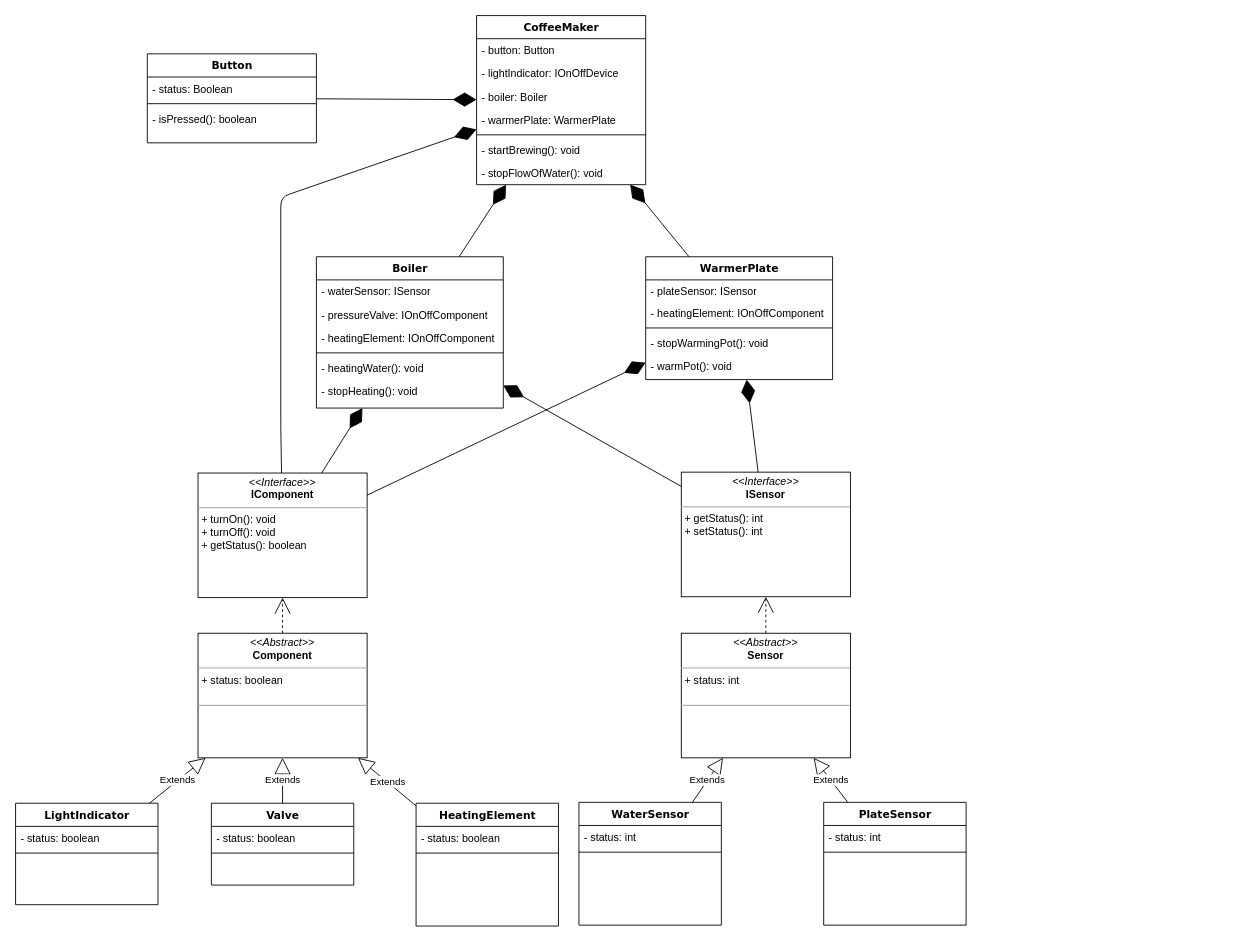
aburgosu/CoffeeMaker-JAM keeps this draw.io diagram as Resources/CoffeeMaker.drawio. Above is the earlier version. Source tidied: cells renumbered, new cells numbered last; positions are measured from the earlier drawing's top-left corner, leaving out a move shared by most shapes. Both pictures are drawn from the tidied source at 89%, with x=0, y=0 at pixel (15, 15).
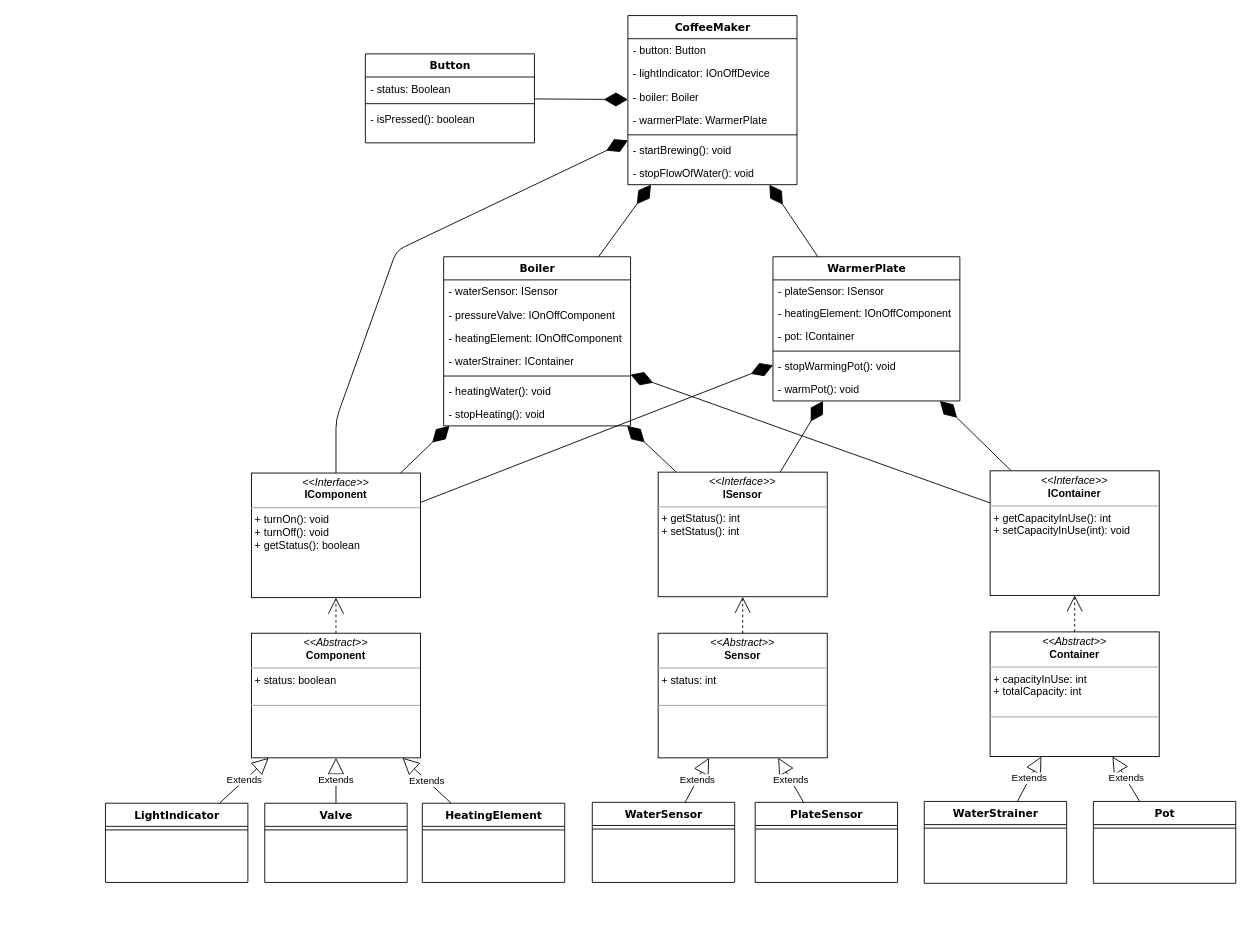
After the change.

Commit message (it also covers changes not shown here):
Container class and interface added in class diagram

Change to the diagram source:
```diff
@@
     <mxCell id="2" value="LightIndicator" style="swimlane;html=1;fontStyle=1;align=center;verticalAlign=top;horizontal=1;startSize=26;swimlaneFillColor=#ffffff;rounded=0;shadow=0;comic=0;labelBackgroundColor=none;strokeColor=#000000;strokeWidth=1;fillColor=none;fontFamily=Verdana;fontSize=12;fontColor=#000000;" parent="1" vertex="1">
-      <mxGeometry y="885" width="160" height="114" as="geometry" />
+      <mxGeometry x="101" y="885" width="160" height="89" as="geometry" />
     </mxCell>
-    <mxCell id="3" value="- status: boolean" style="text;html=1;strokeColor=none;fillColor=none;align=left;verticalAlign=top;spacingLeft=4;spacingRight=4;whiteSpace=wrap;overflow=hidden;" parent="2" vertex="1">
-      <mxGeometry y="26" width="160" height="26" as="geometry" />
-    </mxCell>
     <mxCell id="4" style="line;html=1;strokeWidth=1;fillColor=none;align=left;verticalAlign=middle;spacingTop=-1;spacingLeft=3;spacingRight=3;labelPosition=right;" parent="2" vertex="1">
-      <mxGeometry y="52" width="160" height="8" as="geometry" />
+      <mxGeometry y="26" width="160" height="8" as="geometry" />
     </mxCell>
     <mxCell id="5" value="Valve" style="swimlane;html=1;fontStyle=1;align=center;verticalAlign=top;horizontal=1;startSize=26;swimlaneFillColor=#ffffff;rounded=0;shadow=0;comic=0;labelBackgroundColor=none;strokeColor=#000000;strokeWidth=1;fillColor=none;fontFamily=Verdana;fontSize=12;fontColor=#000000;" parent="1" vertex="1">
-      <mxGeometry x="220" y="885" width="160" height="92" as="geometry" />
+      <mxGeometry x="280" y="885" width="160" height="89" as="geometry" />
     </mxCell>
-    <mxCell id="6" value="- status: boolean" style="text;html=1;strokeColor=none;fillColor=none;align=left;verticalAlign=top;spacingLeft=4;spacingRight=4;whiteSpace=wrap;overflow=hidden;" parent="5" vertex="1">
-      <mxGeometry y="26" width="160" height="26" as="geometry" />
-    </mxCell>
     <mxCell id="7" style="line;html=1;strokeWidth=1;fillColor=none;align=left;verticalAlign=middle;spacingTop=-1;spacingLeft=3;spacingRight=3;labelPosition=right;" parent="5" vertex="1">
-      <mxGeometry y="52" width="160" height="8" as="geometry" />
+      <mxGeometry y="26" width="160" height="8" as="geometry" />
     </mxCell>
     <mxCell id="8" value="HeatingElement" style="swimlane;html=1;fontStyle=1;align=center;verticalAlign=top;horizontal=1;startSize=26;swimlaneFillColor=#ffffff;rounded=0;shadow=0;comic=0;labelBackgroundColor=none;strokeColor=#000000;strokeWidth=1;fillColor=none;fontFamily=Verdana;fontSize=12;fontColor=#000000;" parent="1" vertex="1">
-      <mxGeometry x="450" y="885" width="160" height="138" as="geometry" />
+      <mxGeometry x="457" y="885" width="160" height="89" as="geometry" />
     </mxCell>
-    <mxCell id="9" value="- status: boolean" style="text;html=1;strokeColor=none;fillColor=none;align=left;verticalAlign=top;spacingLeft=4;spacingRight=4;whiteSpace=wrap;overflow=hidden;" parent="8" vertex="1">
-      <mxGeometry y="26" width="160" height="26" as="geometry" />
-    </mxCell>
     <mxCell id="10" style="line;html=1;strokeWidth=1;fillColor=none;align=left;verticalAlign=middle;spacingTop=-1;spacingLeft=3;spacingRight=3;labelPosition=right;" parent="8" vertex="1">
-      <mxGeometry y="52" width="160" height="8" as="geometry" />
+      <mxGeometry y="26" width="160" height="8" as="geometry" />
     </mxCell>
     <mxCell id="11" value="&lt;p style=&quot;margin: 0px ; margin-top: 4px ; text-align: center&quot;&gt;&lt;i&gt;&amp;lt;&amp;lt;Interface&amp;gt;&amp;gt;&lt;/i&gt;&lt;br&gt;&lt;b&gt;IComponent&lt;/b&gt;&lt;/p&gt;&lt;hr size=&quot;1&quot;&gt;&lt;p style=&quot;margin: 0px ; margin-left: 4px&quot;&gt;&lt;/p&gt;&lt;p style=&quot;margin: 0px ; margin-left: 4px&quot;&gt;+ turnOn(): void&lt;br&gt;+ turnOff(): void&lt;/p&gt;&lt;p style=&quot;margin: 0px ; margin-left: 4px&quot;&gt;+ getStatus(): boolean&lt;/p&gt;" style="verticalAlign=top;align=left;overflow=fill;fontSize=12;fontFamily=Helvetica;html=1;rounded=0;shadow=0;comic=0;labelBackgroundColor=none;strokeColor=#000000;strokeWidth=1;fillColor=#ffffff;" parent="1" vertex="1">
-      <mxGeometry x="205" y="514" width="190" height="140" as="geometry" />
+      <mxGeometry x="265" y="514" width="190" height="140" as="geometry" />
     </mxCell>
     <mxCell id="12" value="&lt;p style=&quot;margin: 0px ; margin-top: 4px ; text-align: center&quot;&gt;&lt;i&gt;&amp;lt;&amp;lt;Interface&amp;gt;&amp;gt;&lt;/i&gt;&lt;br&gt;&lt;b&gt;ISensor&lt;/b&gt;&lt;/p&gt;&lt;hr size=&quot;1&quot;&gt;&lt;p style=&quot;margin: 0px ; margin-left: 4px&quot;&gt;&lt;/p&gt;&lt;p style=&quot;margin: 0px ; margin-left: 4px&quot;&gt;+ getStatus(): int&lt;/p&gt;&lt;p style=&quot;margin: 0px ; margin-left: 4px&quot;&gt;+ setStatus(): int&lt;/p&gt;" style="verticalAlign=top;align=left;overflow=fill;fontSize=12;fontFamily=Helvetica;html=1;rounded=0;shadow=0;comic=0;labelBackgroundColor=none;strokeColor=#000000;strokeWidth=1;fillColor=#ffffff;" parent="1" vertex="1">
-      <mxGeometry x="748" y="513" width="190" height="140" as="geometry" />
+      <mxGeometry x="722" y="513" width="190" height="140" as="geometry" />
     </mxCell>
     <mxCell id="13" value="&lt;p style=&quot;margin: 0px ; margin-top: 4px ; text-align: center&quot;&gt;&lt;i&gt;&amp;lt;&amp;lt;Abstract&amp;gt;&amp;gt;&lt;/i&gt;&lt;br&gt;&lt;b&gt;Sensor&lt;/b&gt;&lt;/p&gt;&lt;hr size=&quot;1&quot;&gt;&lt;p style=&quot;margin: 0px ; margin-left: 4px&quot;&gt;+ status: int&lt;br&gt;&lt;br&gt;&lt;/p&gt;&lt;hr size=&quot;1&quot;&gt;&lt;p style=&quot;margin: 0px ; margin-left: 4px&quot;&gt;&lt;br&gt;&lt;/p&gt;" style="verticalAlign=top;align=left;overflow=fill;fontSize=12;fontFamily=Helvetica;html=1;rounded=0;shadow=0;comic=0;labelBackgroundColor=none;strokeColor=#000000;strokeWidth=1;fillColor=#ffffff;" parent="1" vertex="1">
-      <mxGeometry x="748" y="694" width="190" height="140" as="geometry" />
+      <mxGeometry x="722" y="694" width="190" height="140" as="geometry" />
     </mxCell>
@@
     <mxCell id="15" value="WaterSensor" style="swimlane;html=1;fontStyle=1;align=center;verticalAlign=top;horizontal=1;startSize=26;swimlaneFillColor=#ffffff;rounded=0;shadow=0;comic=0;labelBackgroundColor=none;strokeColor=#000000;strokeWidth=1;fillColor=none;fontFamily=Verdana;fontSize=12;fontColor=#000000;" parent="1" vertex="1">
-      <mxGeometry x="633" y="884" width="160" height="138" as="geometry" />
+      <mxGeometry x="648" y="884" width="160" height="90" as="geometry" />
     </mxCell>
-    <mxCell id="16" value="- status: int" style="text;html=1;strokeColor=none;fillColor=none;align=left;verticalAlign=top;spacingLeft=4;spacingRight=4;whiteSpace=wrap;overflow=hidden;" parent="15" vertex="1">
-      <mxGeometry y="26" width="160" height="26" as="geometry" />
-    </mxCell>
     <mxCell id="17" style="line;html=1;strokeWidth=1;fillColor=none;align=left;verticalAlign=middle;spacingTop=-1;spacingLeft=3;spacingRight=3;labelPosition=right;" parent="15" vertex="1">
-      <mxGeometry y="52" width="160" height="8" as="geometry" />
+      <mxGeometry y="26" width="160" height="8" as="geometry" />
     </mxCell>
     <mxCell id="18" value="PlateSensor" style="swimlane;html=1;fontStyle=1;align=center;verticalAlign=top;horizontal=1;startSize=26;swimlaneFillColor=#ffffff;rounded=0;shadow=0;comic=0;labelBackgroundColor=none;strokeColor=#000000;strokeWidth=1;fillColor=none;fontFamily=Verdana;fontSize=12;fontColor=#000000;" parent="1" vertex="1">
-      <mxGeometry x="908" y="884" width="160" height="138" as="geometry" />
+      <mxGeometry x="831" y="884" width="160" height="90" as="geometry" />
     </mxCell>
-    <mxCell id="19" value="- status: int" style="text;html=1;strokeColor=none;fillColor=none;align=left;verticalAlign=top;spacingLeft=4;spacingRight=4;whiteSpace=wrap;overflow=hidden;" parent="18" vertex="1">
-      <mxGeometry y="26" width="160" height="26" as="geometry" />
-    </mxCell>
     <mxCell id="20" style="line;html=1;strokeWidth=1;fillColor=none;align=left;verticalAlign=middle;spacingTop=-1;spacingLeft=3;spacingRight=3;labelPosition=right;" parent="18" vertex="1">
-      <mxGeometry y="52" width="160" height="8" as="geometry" />
+      <mxGeometry y="26" width="160" height="8" as="geometry" />
     </mxCell>
@@
     <mxCell id="23" value="Boiler" style="swimlane;html=1;fontStyle=1;align=center;verticalAlign=top;horizontal=1;startSize=26;swimlaneFillColor=#ffffff;rounded=0;shadow=0;comic=0;labelBackgroundColor=none;strokeColor=#000000;strokeWidth=1;fillColor=none;fontFamily=Verdana;fontSize=12;fontColor=#000000;" parent="1" vertex="1">
-      <mxGeometry x="338" y="271" width="210" height="170" as="geometry" />
+      <mxGeometry x="481" y="271" width="210" height="190" as="geometry" />
     </mxCell>
@@
+    <mxCell id="61" value="- heatingElement: IOnOffComponent&lt;br&gt;" style="text;html=1;strokeColor=none;fillColor=none;align=left;verticalAlign=top;spacingLeft=4;spacingRight=4;whiteSpace=wrap;overflow=hidden;" parent="23" vertex="1">
+      <mxGeometry y="78" width="210" height="26" as="geometry" />
+    </mxCell>
-    <mxCell id="26" value="- heatingElement: IOnOffComponent&lt;br&gt;" style="text;html=1;strokeColor=none;fillColor=none;align=left;verticalAlign=top;spacingLeft=4;spacingRight=4;whiteSpace=wrap;overflow=hidden;" parent="23" vertex="1">
-      <mxGeometry y="78" width="210" height="26" as="geometry" />
+    <mxCell id="26" value="- waterStrainer: IContainer&lt;br&gt;" style="text;html=1;strokeColor=none;fillColor=none;align=left;verticalAlign=top;spacingLeft=4;spacingRight=4;whiteSpace=wrap;overflow=hidden;" parent="23" vertex="1">
+      <mxGeometry y="104" width="210" height="26" as="geometry" />
     </mxCell>
     <mxCell id="27" style="line;html=1;strokeWidth=1;fillColor=none;align=left;verticalAlign=middle;spacingTop=-1;spacingLeft=3;spacingRight=3;labelPosition=right;" parent="23" vertex="1">
-      <mxGeometry y="104" width="210" height="8" as="geometry" />
+      <mxGeometry y="130" width="210" height="8" as="geometry" />
     </mxCell>
     <mxCell id="28" value="- heatingWater(): void&lt;br&gt;" style="text;html=1;strokeColor=none;fillColor=none;align=left;verticalAlign=top;spacingLeft=4;spacingRight=4;whiteSpace=wrap;overflow=hidden;" parent="23" vertex="1">
-      <mxGeometry y="112" width="210" height="26" as="geometry" />
+      <mxGeometry y="138" width="210" height="26" as="geometry" />
     </mxCell>
     <mxCell id="29" value="- stopHeating(): void&lt;br&gt;" style="text;html=1;strokeColor=none;fillColor=none;align=left;verticalAlign=top;spacingLeft=4;spacingRight=4;whiteSpace=wrap;overflow=hidden;" parent="23" vertex="1">
-      <mxGeometry y="138" width="210" height="26" as="geometry" />
+      <mxGeometry y="164" width="210" height="26" as="geometry" />
     </mxCell>
     <mxCell id="30" value="WarmerPlate" style="swimlane;html=1;fontStyle=1;align=center;verticalAlign=top;horizontal=1;startSize=26;swimlaneFillColor=#ffffff;rounded=0;shadow=0;comic=0;labelBackgroundColor=none;strokeColor=#000000;strokeWidth=1;fillColor=none;fontFamily=Verdana;fontSize=12;fontColor=#000000;" parent="1" vertex="1">
-      <mxGeometry x="708" y="271" width="210" height="138" as="geometry" />
+      <mxGeometry x="851" y="271" width="210" height="162" as="geometry" />
     </mxCell>
@@
+    <mxCell id="62" value="- heatingElement: IOnOffComponent" style="text;html=1;strokeColor=none;fillColor=none;align=left;verticalAlign=top;spacingLeft=4;spacingRight=4;whiteSpace=wrap;overflow=hidden;" parent="30" vertex="1">
+      <mxGeometry y="50" width="210" height="26" as="geometry" />
+    </mxCell>
-    <mxCell id="32" value="- heatingElement: IOnOffComponent" style="text;html=1;strokeColor=none;fillColor=none;align=left;verticalAlign=top;spacingLeft=4;spacingRight=4;whiteSpace=wrap;overflow=hidden;" parent="30" vertex="1">
-      <mxGeometry y="50" width="210" height="26" as="geometry" />
+    <mxCell id="32" value="- pot: IContainer" style="text;html=1;strokeColor=none;fillColor=none;align=left;verticalAlign=top;spacingLeft=4;spacingRight=4;whiteSpace=wrap;overflow=hidden;" parent="30" vertex="1">
+      <mxGeometry y="76" width="210" height="26" as="geometry" />
     </mxCell>
     <mxCell id="33" style="line;html=1;strokeWidth=1;fillColor=none;align=left;verticalAlign=middle;spacingTop=-1;spacingLeft=3;spacingRight=3;labelPosition=right;" parent="30" vertex="1">
-      <mxGeometry y="76" width="210" height="8" as="geometry" />
+      <mxGeometry y="102" width="210" height="8" as="geometry" />
     </mxCell>
     <mxCell id="34" value="- stopWarmingPot(): void" style="text;html=1;strokeColor=none;fillColor=none;align=left;verticalAlign=top;spacingLeft=4;spacingRight=4;whiteSpace=wrap;overflow=hidden;" parent="30" vertex="1">
-      <mxGeometry y="84" width="210" height="26" as="geometry" />
+      <mxGeometry y="110" width="210" height="26" as="geometry" />
     </mxCell>
     <mxCell id="35" value="- warmPot(): void" style="text;html=1;strokeColor=none;fillColor=none;align=left;verticalAlign=top;spacingLeft=4;spacingRight=4;whiteSpace=wrap;overflow=hidden;" parent="30" vertex="1">
-      <mxGeometry y="110" width="210" height="26" as="geometry" />
+      <mxGeometry y="136" width="210" height="26" as="geometry" />
     </mxCell>
     <mxCell id="36" value="CoffeeMaker" style="swimlane;html=1;fontStyle=1;align=center;verticalAlign=top;horizontal=1;startSize=26;swimlaneFillColor=#ffffff;rounded=0;shadow=0;comic=0;labelBackgroundColor=none;strokeColor=#000000;strokeWidth=1;fillColor=none;fontFamily=Verdana;fontSize=12;fontColor=#000000;" parent="1" vertex="1">
-      <mxGeometry x="518" width="190" height="190" as="geometry" />
+      <mxGeometry x="688" width="190" height="190" as="geometry" />
     </mxCell>
@@
     <mxCell id="50" style="endArrow=diamondThin;endFill=1;endSize=24;html=1;" parent="1" edge="1" source="11" target="36">
       <mxGeometry relative="1" as="geometry">
         <Array as="points">
-          <mxPoint x="298" y="464" />
-          <mxPoint x="298" y="204" />
+          <mxPoint x="360" y="454" />
+          <mxPoint x="428" y="264" />
         </Array>
       </mxGeometry>
     </mxCell>
     <mxCell id="51" value="Button" style="swimlane;html=1;fontStyle=1;align=center;verticalAlign=top;horizontal=1;startSize=26;swimlaneFillColor=#ffffff;rounded=0;shadow=0;comic=0;labelBackgroundColor=none;strokeColor=#000000;strokeWidth=1;fillColor=none;fontFamily=Verdana;fontSize=12;fontColor=#000000;" parent="1" vertex="1">
-      <mxGeometry x="148" y="43" width="190" height="100" as="geometry" />
+      <mxGeometry x="393" y="43" width="190" height="100" as="geometry" />
     </mxCell>
@@
     <mxCell id="56" value="&lt;p style=&quot;margin: 0px ; margin-top: 4px ; text-align: center&quot;&gt;&lt;i&gt;&amp;lt;&amp;lt;Abstract&amp;gt;&amp;gt;&lt;/i&gt;&lt;br&gt;&lt;b&gt;Component&lt;/b&gt;&lt;/p&gt;&lt;hr size=&quot;1&quot;&gt;&lt;p style=&quot;margin: 0px ; margin-left: 4px&quot;&gt;+ status: boolean&lt;br&gt;&lt;br&gt;&lt;/p&gt;&lt;hr size=&quot;1&quot;&gt;&lt;p style=&quot;margin: 0px ; margin-left: 4px&quot;&gt;&lt;br&gt;&lt;/p&gt;" style="verticalAlign=top;align=left;overflow=fill;fontSize=12;fontFamily=Helvetica;html=1;rounded=0;shadow=0;comic=0;labelBackgroundColor=none;strokeColor=#000000;strokeWidth=1;fillColor=#ffffff;" parent="1" vertex="1">
-      <mxGeometry x="205" y="694" width="190" height="140" as="geometry" />
+      <mxGeometry x="265" y="694" width="190" height="140" as="geometry" />
     </mxCell>
@@
+    <mxCell id="63" value="&lt;p style=&quot;margin: 0px ; margin-top: 4px ; text-align: center&quot;&gt;&lt;i&gt;&amp;lt;&amp;lt;Interface&amp;gt;&amp;gt;&lt;/i&gt;&lt;br&gt;&lt;b&gt;IContainer&lt;/b&gt;&lt;/p&gt;&lt;hr size=&quot;1&quot;&gt;&lt;p style=&quot;margin: 0px ; margin-left: 4px&quot;&gt;&lt;/p&gt;&lt;p style=&quot;margin: 0px ; margin-left: 4px&quot;&gt;+ getCapacityInUse(): int&lt;/p&gt;&lt;p style=&quot;margin: 0px ; margin-left: 4px&quot;&gt;+ setCapacityInUse(int): void&lt;/p&gt;" style="verticalAlign=top;align=left;overflow=fill;fontSize=12;fontFamily=Helvetica;html=1;rounded=0;shadow=0;comic=0;labelBackgroundColor=none;strokeColor=#000000;strokeWidth=1;fillColor=#ffffff;" parent="1" vertex="1">
+      <mxGeometry x="1095" y="511.5" width="190" height="140" as="geometry" />
+    </mxCell>
+    <mxCell id="64" value="&lt;p style=&quot;margin: 0px ; margin-top: 4px ; text-align: center&quot;&gt;&lt;i&gt;&amp;lt;&amp;lt;Abstract&amp;gt;&amp;gt;&lt;/i&gt;&lt;br&gt;&lt;b&gt;Container&lt;/b&gt;&lt;/p&gt;&lt;hr size=&quot;1&quot;&gt;&lt;p style=&quot;margin: 0px ; margin-left: 4px&quot;&gt;+ capacityInUse: int&lt;/p&gt;&lt;p style=&quot;margin: 0px ; margin-left: 4px&quot;&gt;+ totalCapacity: int&lt;br&gt;&lt;br&gt;&lt;/p&gt;&lt;hr size=&quot;1&quot;&gt;&lt;p style=&quot;margin: 0px ; margin-left: 4px&quot;&gt;&lt;br&gt;&lt;/p&gt;" style="verticalAlign=top;align=left;overflow=fill;fontSize=12;fontFamily=Helvetica;html=1;rounded=0;shadow=0;comic=0;labelBackgroundColor=none;strokeColor=#000000;strokeWidth=1;fillColor=#ffffff;" parent="1" vertex="1">
+      <mxGeometry x="1095" y="692.5" width="190" height="140" as="geometry" />
+    </mxCell>
+    <mxCell id="65" style="edgeStyle=orthogonalEdgeStyle;rounded=0;html=1;dashed=1;labelBackgroundColor=none;startArrow=none;startFill=0;startSize=8;endArrow=open;endFill=0;endSize=16;fontFamily=Verdana;fontSize=12;" parent="1" edge="1" source="64" target="63">
+      <mxGeometry relative="1" as="geometry" />
+    </mxCell>
+    <mxCell id="66" value="WaterStrainer" style="swimlane;html=1;fontStyle=1;align=center;verticalAlign=top;horizontal=1;startSize=26;swimlaneFillColor=#ffffff;rounded=0;shadow=0;comic=0;labelBackgroundColor=none;strokeColor=#000000;strokeWidth=1;fillColor=none;fontFamily=Verdana;fontSize=12;fontColor=#000000;" parent="1" vertex="1">
+      <mxGeometry x="1021" y="883" width="160" height="92" as="geometry" />
+    </mxCell>
+    <mxCell id="67" style="line;html=1;strokeWidth=1;fillColor=none;align=left;verticalAlign=middle;spacingTop=-1;spacingLeft=3;spacingRight=3;labelPosition=right;" parent="66" vertex="1">
+      <mxGeometry y="26" width="160" height="8" as="geometry" />
+    </mxCell>
+    <mxCell id="68" value="Pot" style="swimlane;html=1;fontStyle=1;align=center;verticalAlign=top;horizontal=1;startSize=26;swimlaneFillColor=#ffffff;rounded=0;shadow=0;comic=0;labelBackgroundColor=none;strokeColor=#000000;strokeWidth=1;fillColor=none;fontFamily=Verdana;fontSize=12;fontColor=#000000;" parent="1" vertex="1">
+      <mxGeometry x="1211" y="883" width="160" height="92" as="geometry" />
+    </mxCell>
+    <mxCell id="69" style="line;html=1;strokeWidth=1;fillColor=none;align=left;verticalAlign=middle;spacingTop=-1;spacingLeft=3;spacingRight=3;labelPosition=right;" parent="68" vertex="1">
+      <mxGeometry y="26" width="160" height="8" as="geometry" />
+    </mxCell>
+    <mxCell id="70" value="Extends" style="endArrow=block;endSize=16;endFill=0;html=1;" parent="1" edge="1" source="66" target="64">
+      <mxGeometry relative="1" as="geometry" />
+    </mxCell>
+    <mxCell id="71" value="Extends" style="endArrow=block;endSize=16;endFill=0;html=1;" parent="1" edge="1" source="68" target="64">
+      <mxGeometry relative="1" as="geometry" />
+    </mxCell>
+    <mxCell id="72" style="endArrow=diamondThin;endFill=1;endSize=24;html=1;" parent="1" edge="1" source="63" target="23">
+      <mxGeometry relative="1" as="geometry" />
+    </mxCell>
+    <mxCell id="73" style="endArrow=diamondThin;endFill=1;endSize=24;html=1;" parent="1" edge="1" source="63" target="30">
+      <mxGeometry relative="1" as="geometry" />
+    </mxCell>
```
